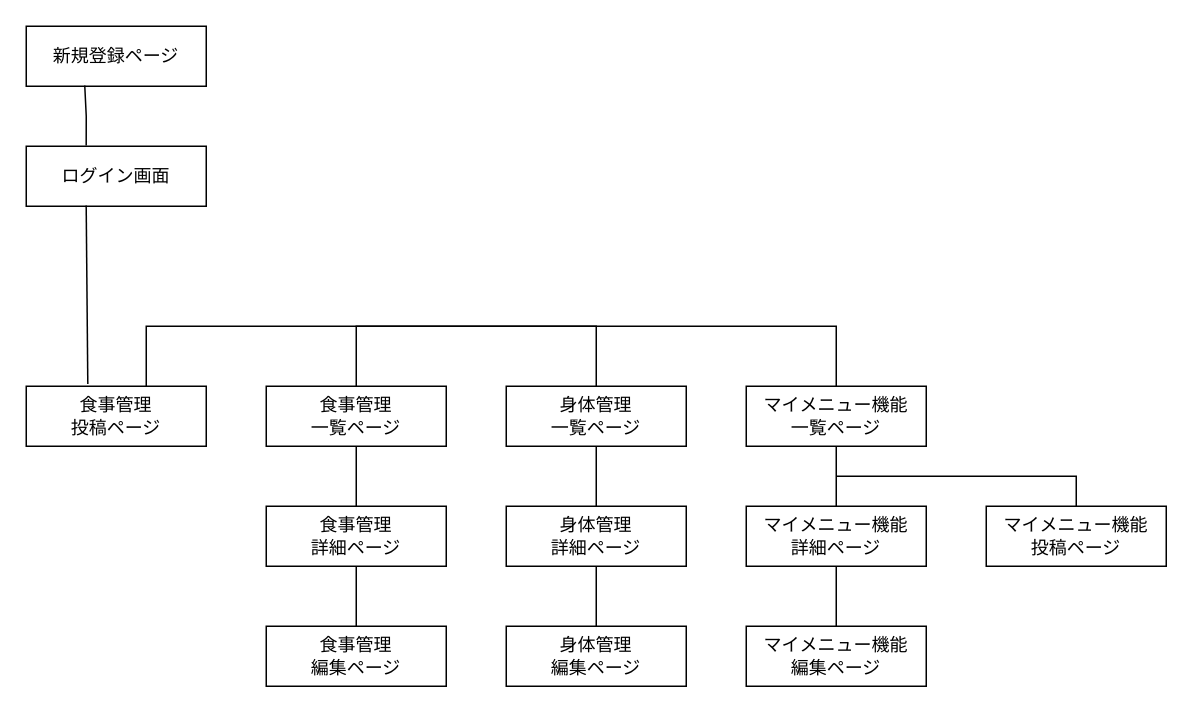
Earlier version of the draw.io diagram Draw.io/PageTransition.dio (YamAtsu16/DietApp). Source tidied: cells renumbered, new cells numbered last; positions are measured from the earlier drawing's top-left corner, leaving out a move shared by most shapes. Both pictures are drawn from the tidied source at 150%, with x=0, y=0 at pixel (26, 26).
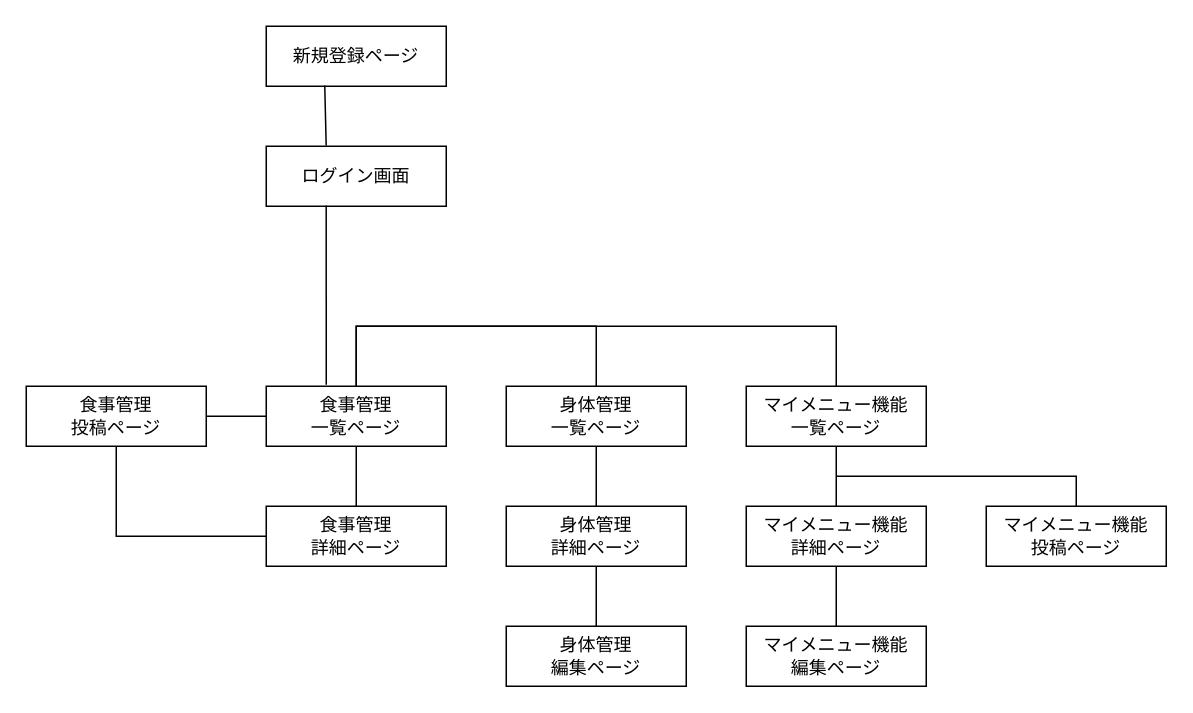
The same diagram, later.

The change refers to these unchanged cells:
```xml
<mxCell id="3" value="食事管理&lt;br&gt;一覧ページ" style="whiteSpace=wrap;html=1;align=center;" parent="1" vertex="1">
  <mxGeometry x="160" y="240" width="120" height="40" as="geometry" />
</mxCell>
<mxCell id="4" value="身体管理&lt;br&gt;一覧ページ" style="whiteSpace=wrap;html=1;align=center;" parent="1" vertex="1">
  <mxGeometry x="320" y="240" width="120" height="40" as="geometry" />
</mxCell>
<mxCell id="12" value="食事管理&lt;br&gt;詳細ページ" style="whiteSpace=wrap;html=1;align=center;" parent="1" vertex="1">
  <mxGeometry x="160" y="320" width="120" height="40" as="geometry" />
</mxCell>
```

Change to the diagram source:
```diff
@@
-    <mxCell id="2" value="食事管理&lt;br&gt;投稿ページ" style="whiteSpace=wrap;html=1;align=center;" parent="1" vertex="1">
-      <mxGeometry y="240" width="120" height="40" as="geometry" />
-    </mxCell>
@@
     <mxCell id="6" value="ログイン画面" style="whiteSpace=wrap;html=1;align=center;" parent="1" vertex="1">
-      <mxGeometry y="80" width="120" height="40" as="geometry" />
+      <mxGeometry x="160" y="80" width="120" height="40" as="geometry" />
     </mxCell>
     <mxCell id="7" value="新規登録ページ" style="whiteSpace=wrap;html=1;align=center;" parent="1" vertex="1">
-      <mxGeometry width="120" height="40" as="geometry" />
+      <mxGeometry x="160" width="120" height="40" as="geometry" />
     </mxCell>
-    <mxCell id="8" style="endArrow=none;html=1;rounded=0;exitX=0.333;exitY=0.988;exitDx=0;exitDy=0;entryX=0.342;entryY=-0.037;entryDx=0;entryDy=0;exitPerimeter=0;entryPerimeter=0;" parent="1" edge="1" source="6" target="2">
-      <mxGeometry relative="1" as="geometry" />
+    <mxCell id="8" style="endArrow=none;html=1;rounded=0;exitX=0.333;exitY=0.988;exitDx=0;exitDy=0;exitPerimeter=0;" parent="1" edge="1" source="6">
+      <mxGeometry relative="1" as="geometry">
+        <mxPoint x="200" y="239" as="targetPoint" />
+      </mxGeometry>
     </mxCell>
     <mxCell id="9" style="endArrow=none;html=1;rounded=0;exitX=0.325;exitY=0.988;exitDx=0;exitDy=0;exitPerimeter=0;entryX=0.333;entryY=-0.012;entryDx=0;entryDy=0;entryPerimeter=0;" parent="1" edge="1" source="7" target="6">
-      <mxGeometry relative="1" as="geometry">
-        <Array as="points">
-          <mxPoint x="40" y="60" />
-        </Array>
-      </mxGeometry>
+      <mxGeometry relative="1" as="geometry" />
     </mxCell>
@@
-    <mxCell id="11" style="endArrow=none;html=1;rounded=0;exitX=0.5;exitY=0;exitDx=0;exitDy=0;entryX=0.5;entryY=0;entryDx=0;entryDy=0;" parent="1" edge="1" target="4">
-      <mxGeometry relative="1" as="geometry">
-        <mxPoint x="80" y="240" as="sourcePoint" />
-        <Array as="points">
-          <mxPoint x="80" y="200" />
-          <mxPoint x="260" y="200" />
-          <mxPoint x="380" y="200" />
-        </Array>
-      </mxGeometry>
-    </mxCell>
@@
-    <mxCell id="13" value="食事管理&lt;br&gt;編集ページ" style="whiteSpace=wrap;html=1;align=center;" parent="1" vertex="1">
-      <mxGeometry x="160" y="400" width="120" height="40" as="geometry" />
-    </mxCell>
@@
-    <mxCell id="15" style="endArrow=none;html=1;rounded=0;exitX=0.5;exitY=1;exitDx=0;exitDy=0;entryX=0.5;entryY=0;entryDx=0;entryDy=0;" parent="1" edge="1" source="12" target="13">
-      <mxGeometry relative="1" as="geometry" />
-    </mxCell>
@@
+    <mxCell id="26" style="endArrow=none;html=1;rounded=0;exitX=0.5;exitY=0;exitDx=0;exitDy=0;" parent="1" edge="1">
+      <mxGeometry relative="1" as="geometry">
+        <mxPoint x="220" y="240" as="sourcePoint" />
+        <mxPoint x="380" y="240" as="targetPoint" />
+        <Array as="points">
+          <mxPoint x="220" y="200" />
+          <mxPoint x="380" y="200" />
+        </Array>
+      </mxGeometry>
+    </mxCell>
+    <mxCell id="2" value="食事管理&lt;br&gt;投稿ページ" style="whiteSpace=wrap;html=1;align=center;" parent="1" vertex="1">
+      <mxGeometry y="240" width="120" height="40" as="geometry" />
+    </mxCell>
+    <mxCell id="27" style="endArrow=none;html=1;rounded=0;exitX=1;exitY=0.5;exitDx=0;exitDy=0;entryX=0;entryY=0.5;entryDx=0;entryDy=0;" parent="1" edge="1" source="2" target="3">
+      <mxGeometry relative="1" as="geometry" />
+    </mxCell>
+    <mxCell id="28" style="endArrow=none;html=1;rounded=0;exitX=0.5;exitY=1;exitDx=0;exitDy=0;entryX=0;entryY=0.5;entryDx=0;entryDy=0;" parent="1" edge="1" source="2" target="12">
+      <mxGeometry relative="1" as="geometry">
+        <Array as="points">
+          <mxPoint x="60" y="340" />
+        </Array>
+      </mxGeometry>
+    </mxCell>
```
